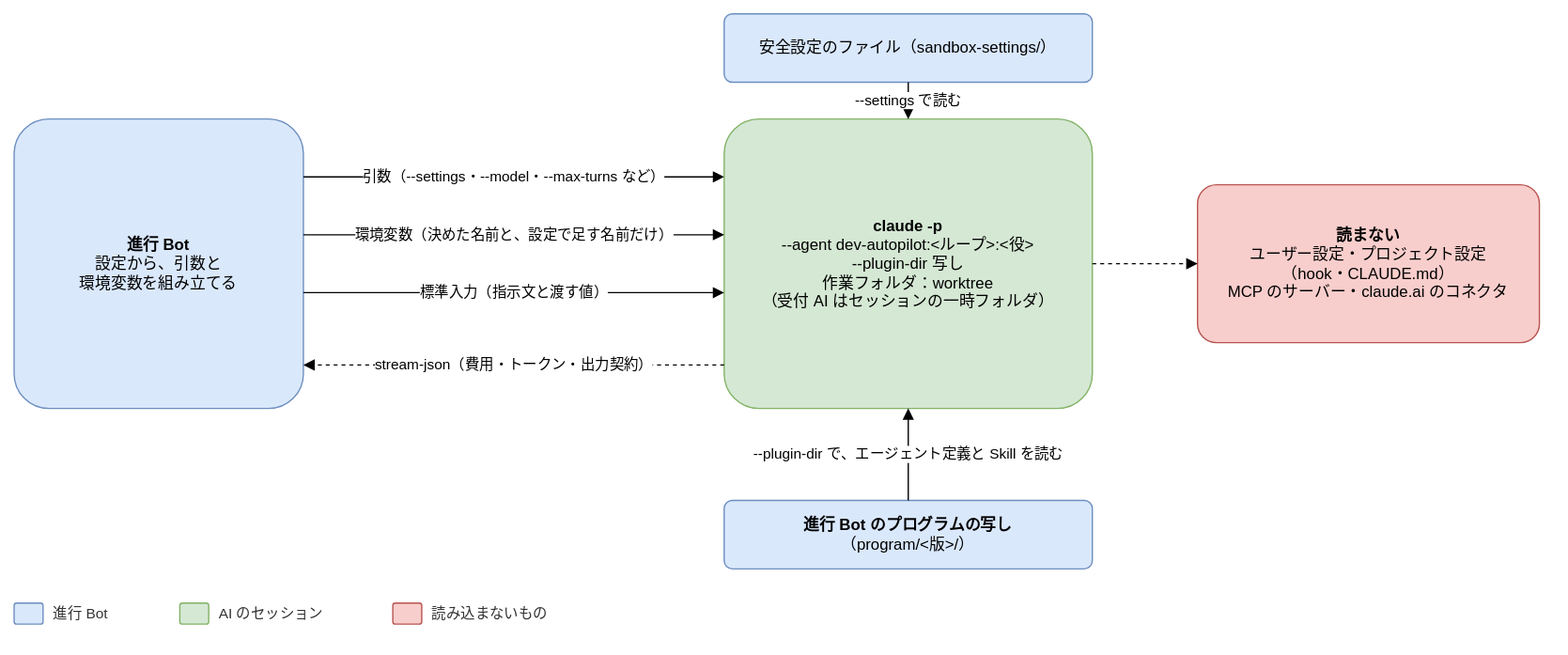
The draw.io diagram docs/design/basic/diagrams/03-launch.drawio.svg in Joymerrevent/dev-autopilot, before a commit. Source tidied: cells renumbered, new cells last; positions are measured from the earlier drawing's top-left corner, leaving out a move shared by most shapes.
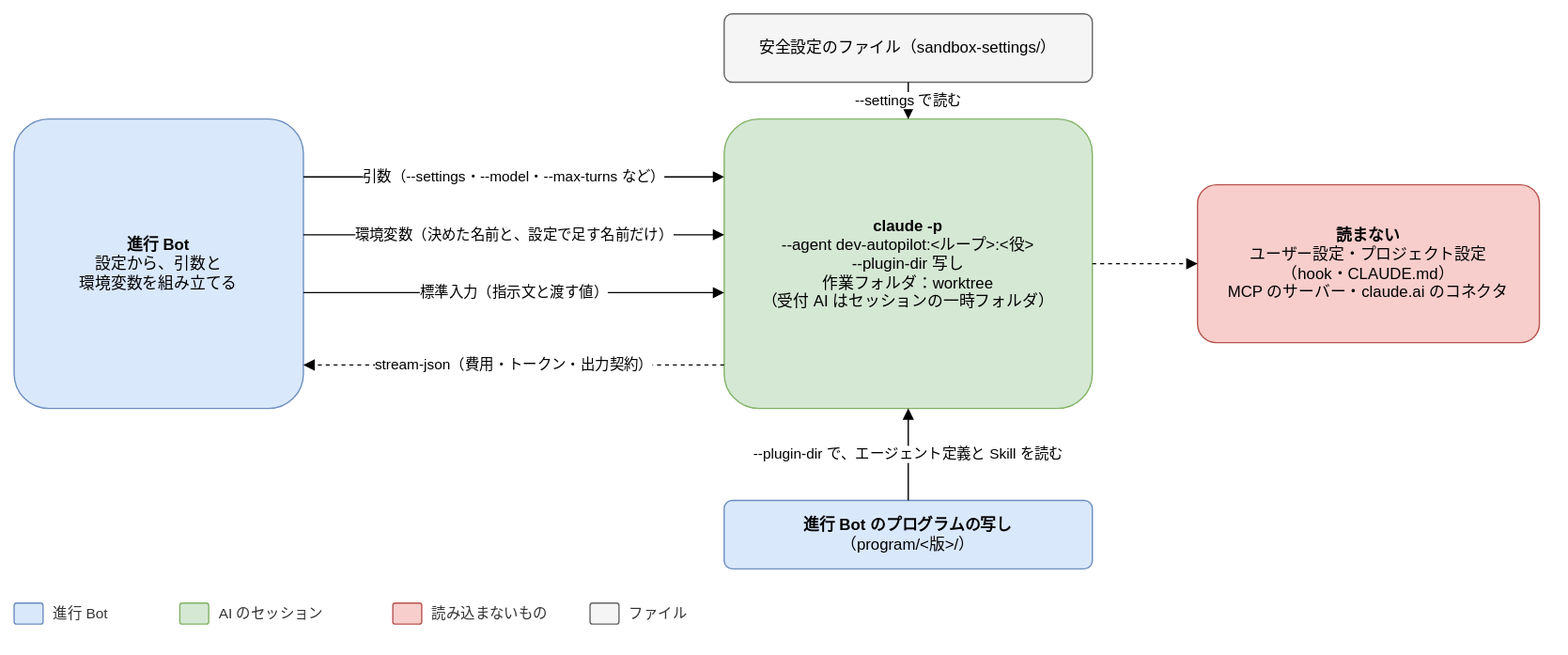
After the commit.

Change to the diagram source:
```diff
@@ -8,7 +8,7 @@
     <mxCell id="3" value="&lt;b&gt;claude -p&lt;/b&gt;&lt;br&gt;--agent dev-autopilot:&amp;lt;ループ&amp;gt;:&amp;lt;役&amp;gt;&lt;br&gt;--plugin-dir 写し&lt;br&gt;作業フォルダ：worktree&lt;br&gt;（受付 AI はセッションの一時フォルダ）" style="rounded=1;whiteSpace=wrap;html=1;fontSize=12;arcSize=12;spacing=12;fillColor=#d5e8d4;strokeColor=#82b366;" parent="1" vertex="1">
       <mxGeometry x="540" y="80" width="280" height="220" as="geometry" />
     </mxCell>
-    <mxCell id="4" value="安全設定のファイル（sandbox-settings/）" style="rounded=1;whiteSpace=wrap;html=1;fontSize=12;arcSize=12;spacing=12;fillColor=#dae8fc;strokeColor=#6c8ebf;" parent="1" vertex="1">
+    <mxCell id="4" value="安全設定のファイル（sandbox-settings/）" style="rounded=1;whiteSpace=wrap;html=1;fontSize=12;arcSize=12;spacing=12;fillColor=#f5f5f5;strokeColor=#666666;" parent="1" vertex="1">
       <mxGeometry x="540" width="280" height="52" as="geometry" />
     </mxCell>
     <mxCell id="5" value="&lt;b&gt;読まない&lt;/b&gt;&lt;br&gt;ユーザー設定・プロジェクト設定&lt;br&gt;（hook・CLAUDE.md）&lt;br&gt;MCP のサーバー・claude.ai のコネクタ" style="rounded=1;whiteSpace=wrap;html=1;fontSize=12;arcSize=12;spacing=12;fillColor=#f8cecc;strokeColor=#b85450;" parent="1" vertex="1">
@@ -56,5 +56,11 @@
     <mxCell id="19" value="--plugin-dir で、エージェント定義と Skill を読む" style="edgeStyle=orthogonalEdgeStyle;rounded=1;html=1;endArrow=block;endFill=1;fontSize=11;labelBackgroundColor=#ffffff;exitX=0.5;exitY=0;exitDx=0;exitDy=0;entryX=0.5;entryY=1;entryDx=0;entryDy=0;" parent="1" edge="1" source="18" target="3">
       <mxGeometry relative="1" as="geometry" />
     </mxCell>
+    <mxCell id="20" style="rounded=1;whiteSpace=wrap;html=1;fontSize=12;arcSize=12;spacing=12;fillColor=#f5f5f5;strokeColor=#666666;" parent="1" vertex="1">
+      <mxGeometry x="438" y="448" width="22" height="16" as="geometry" />
+    </mxCell>
+    <mxCell id="21" value="ファイル" style="text;html=1;align=left;verticalAlign=middle;fontSize=11;fontColor=#333333;" parent="1" vertex="1">
+      <mxGeometry x="466" y="446" width="60" height="20" as="geometry" />
+    </mxCell>
   </root>
 </mxGraphModel>
```
